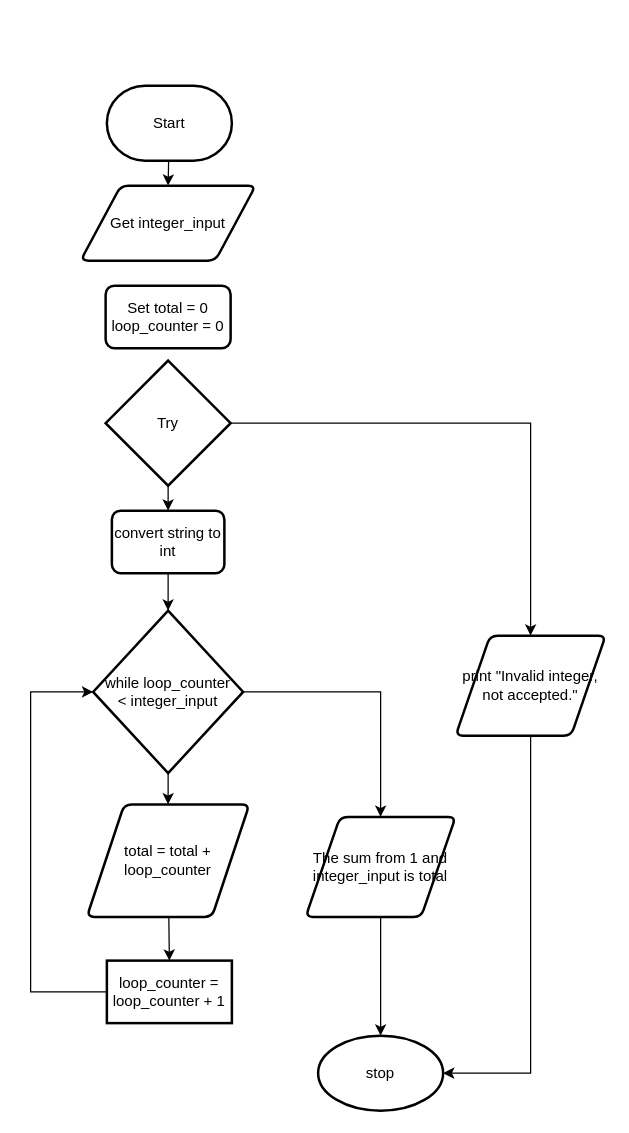
The draw.io diagram Draw.io/Flowchart.drawio in Peter-Gemmell/ICS3U-Unit4-01-Python, before the edit. Source tidied: cells renumbered, new cells numbered last; positions are measured from the earlier drawing's top-left corner, leaving out a move shared by most shapes. Both pictures are drawn from the tidied source at 125%, with x=0, y=0 at pixel (30, 85).
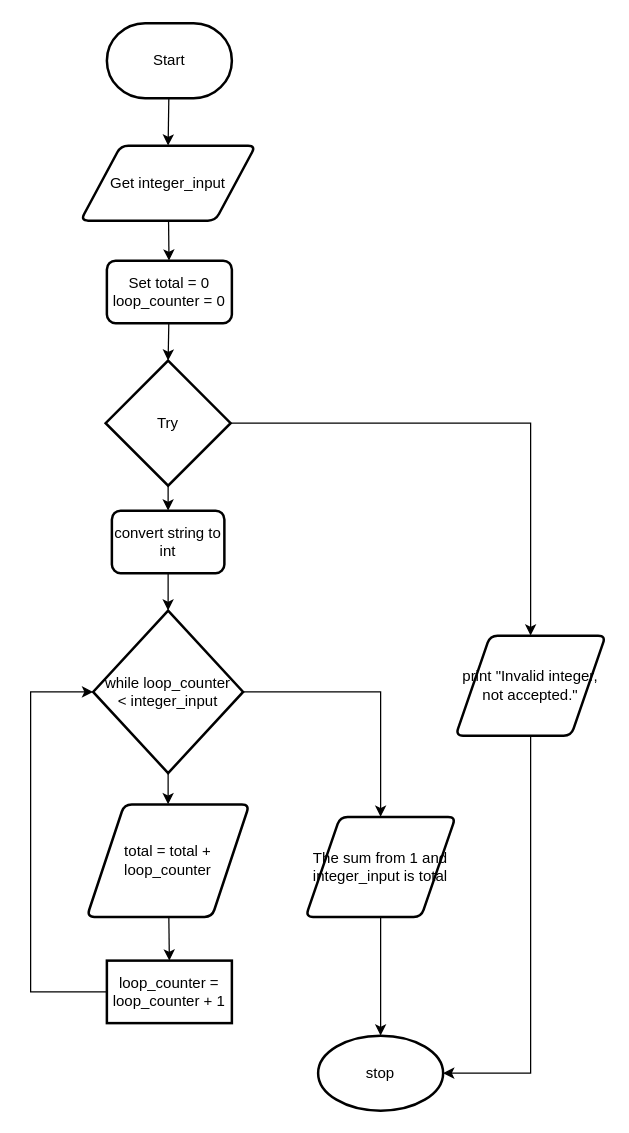
Above is the later version.

The change refers to these unchanged cells:
```xml
<mxCell id="12" value="Try" style="strokeWidth=2;html=1;shape=mxgraph.flowchart.decision;whiteSpace=wrap;" parent="1" vertex="1">
  <mxGeometry x="60" y="220" width="100" height="100" as="geometry" />
</mxCell>
```

Change to the diagram source:
```diff
@@
     <mxCell id="3" value="Start" style="strokeWidth=2;html=1;shape=mxgraph.flowchart.terminator;whiteSpace=wrap;" parent="1" vertex="1">
-      <mxGeometry x="61" width="100" height="60" as="geometry" />
+      <mxGeometry x="61" y="-50" width="100" height="60" as="geometry" />
     </mxCell>
+    <mxCell id="23" style="edgeStyle=none;html=1;" parent="1" edge="1" source="4" target="15">
+      <mxGeometry relative="1" as="geometry" />
+    </mxCell>
     <mxCell id="4" value="Get integer_input" style="shape=parallelogram;html=1;strokeWidth=2;perimeter=parallelogramPerimeter;whiteSpace=wrap;rounded=1;arcSize=12;size=0.23;" parent="1" vertex="1">
-      <mxGeometry x="40" y="80" width="140" height="60" as="geometry" />
+      <mxGeometry x="40" y="48" width="140" height="60" as="geometry" />
     </mxCell>
@@
+    <mxCell id="24" style="edgeStyle=none;html=1;entryX=0.5;entryY=0;entryDx=0;entryDy=0;entryPerimeter=0;" parent="1" edge="1" source="15" target="12">
+      <mxGeometry relative="1" as="geometry" />
+    </mxCell>
     <mxCell id="15" value="Set total = 0&lt;br&gt;loop_counter = 0" style="rounded=1;whiteSpace=wrap;html=1;absoluteArcSize=1;arcSize=14;strokeWidth=2;" parent="1" vertex="1">
-      <mxGeometry x="60" y="160" width="100" height="50" as="geometry" />
+      <mxGeometry x="61" y="140" width="100" height="50" as="geometry" />
     </mxCell>
```
